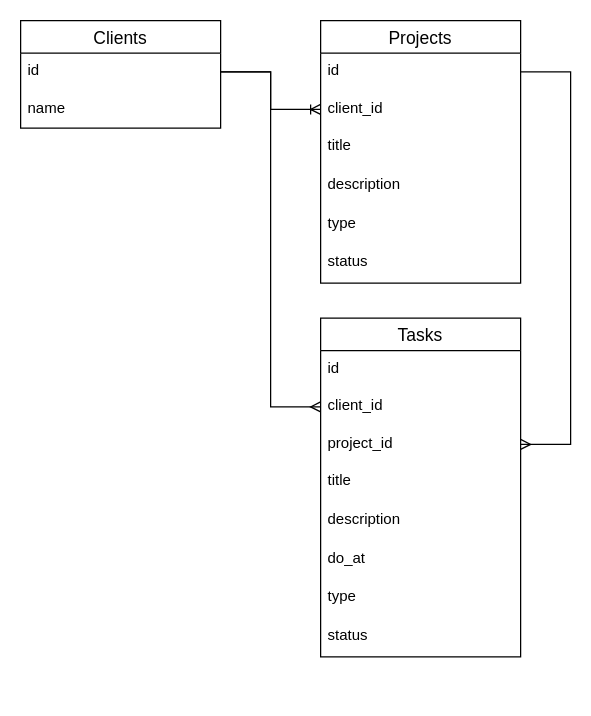
Before: wiki/diagram.drawio in alexandrebekor/webapp-planner, a draw.io diagram. Source tidied: cells renumbered, new cells numbered last; positions are measured from the earlier drawing's top-left corner, leaving out a move shared by most shapes. Both pictures are drawn from the tidied source at 125%, with x=0, y=0 at pixel (20, 20).
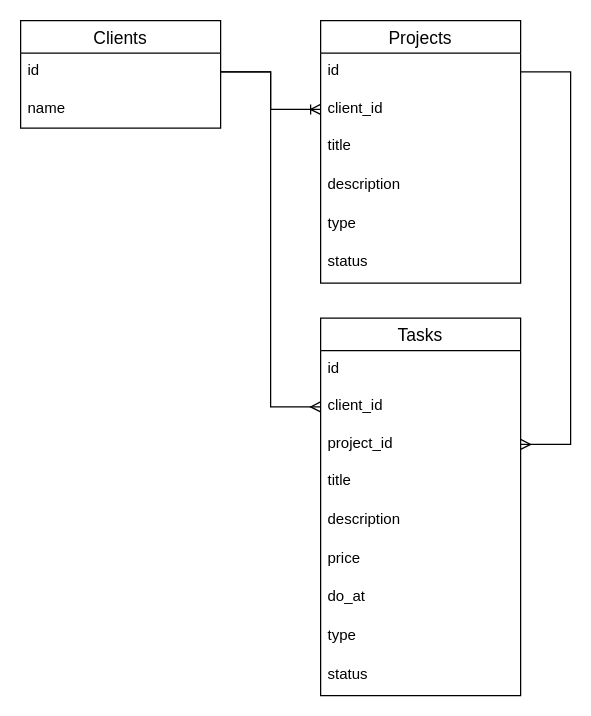
The same page after the edit.

Commit message (it also covers changes not shown here):
Add Controller AdminController

Change to the diagram source:
```diff
@@
     <mxCell id="13" value="Tasks" style="swimlane;fontStyle=0;horizontal=1;startSize=26;align=center;fontSize=14;" parent="1" vertex="1">
-      <mxGeometry x="240" y="238" width="160" height="271" as="geometry" />
+      <mxGeometry x="240" y="238" width="160" height="302" as="geometry" />
     </mxCell>
@@
+    <mxCell id="24" value="price" style="text;strokeColor=none;fillColor=none;spacingLeft=4;spacingRight=4;overflow=hidden;fontSize=12;" parent="13" vertex="1">
+      <mxGeometry y="178" width="160" height="31" as="geometry" />
+    </mxCell>
     <mxCell id="19" value="do_at" style="text;strokeColor=none;fillColor=none;spacingLeft=4;spacingRight=4;overflow=hidden;fontSize=12;" parent="13" vertex="1">
-      <mxGeometry y="178" width="160" height="31" as="geometry" />
+      <mxGeometry y="209" width="160" height="31" as="geometry" />
     </mxCell>
     <mxCell id="20" value="type" style="text;strokeColor=none;fillColor=none;spacingLeft=4;spacingRight=4;overflow=hidden;fontSize=12;" parent="13" vertex="1">
-      <mxGeometry y="209" width="160" height="31" as="geometry" />
+      <mxGeometry y="240" width="160" height="31" as="geometry" />
     </mxCell>
     <mxCell id="21" value="status" style="text;strokeColor=none;fillColor=none;spacingLeft=4;spacingRight=4;overflow=hidden;fontSize=12;" parent="13" vertex="1">
-      <mxGeometry y="240" width="160" height="31" as="geometry" />
+      <mxGeometry y="271" width="160" height="31" as="geometry" />
     </mxCell>
```
